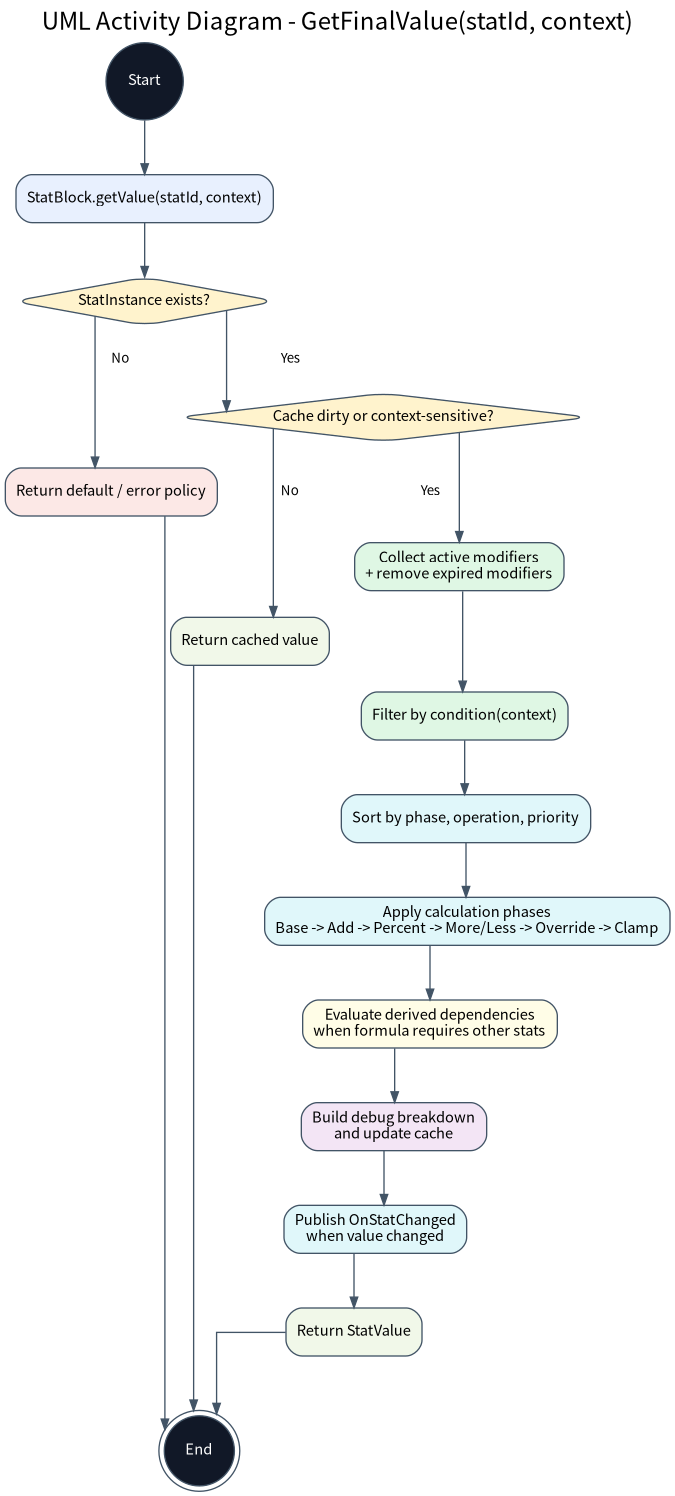
Earlier version of the Graphviz export assets/diagrams/04_calculation_activity_diagram.png (JY-LemongO/game-system-framework-knowledge-site). Its source is kept beside it as source/diagrams/04_calculation_activity_diagram.dot. The source it was exported from:
```dot
digraph ActivityDiagram {
	graph [bgcolor=white fontname="Noto Sans CJK KR" fontsize=18 label="UML Activity Diagram - GetFinalValue(statId, context)" labelloc=t nodesep=0.45 rankdir=TB ranksep=0.55 splines=ortho]
	node [color="#425466" fontname="Noto Sans CJK KR" fontsize=11 style="rounded,filled"]
	edge [arrowsize=0.8 color="#425466" fontname="Noto Sans CJK KR" fontsize=10]
	start [label=Start fillcolor="#111827" fontcolor=white shape=circle width=0.35]
	query [label="StatBlock.getValue(statId, context)" fillcolor="#E8F0FE" shape=box]
	exists [label="StatInstance exists?" fillcolor="#FFF3CD" shape=diamond]
	default [label="Return default / error policy" fillcolor="#FCE8E6" shape=box]
	dirty [label="Cache dirty or context-sensitive?" fillcolor="#FFF3CD" shape=diamond]
	cache [label="Return cached value" fillcolor="#F1F8E9" shape=box]
	collect [label="Collect active modifiers
+ remove expired modifiers" fillcolor="#DFF7E4" shape=box]
	filter [label="Filter by condition(context)" fillcolor="#DFF7E4" shape=box]
	sort [label="Sort by phase, operation, priority" fillcolor="#E0F7FA" shape=box]
	apply [label="Apply calculation phases
Base -> Add -> Percent -> More/Less -> Override -> Clamp" fillcolor="#E0F7FA" shape=box]
	derived [label="Evaluate derived dependencies
when formula requires other stats" fillcolor="#FFFDE7" shape=box]
	breakdown [label="Build debug breakdown
and update cache" fillcolor="#F3E5F5" shape=box]
	publish [label="Publish OnStatChanged
when value changed" fillcolor="#E0F7FA" shape=box]
	return [label="Return StatValue" fillcolor="#F1F8E9" shape=box]
	end [label=End fillcolor="#111827" fontcolor=white shape=doublecircle width=0.35]
	start -> query
	query -> exists
	exists -> default [label=No]
	default -> end
	exists -> dirty [label=Yes]
	dirty -> cache [label=No]
	cache -> end
	dirty -> collect [label=Yes]
	collect -> filter
	filter -> sort
	sort -> apply
	apply -> derived
	derived -> breakdown
	breakdown -> publish
	publish -> return
	return -> end
}
```
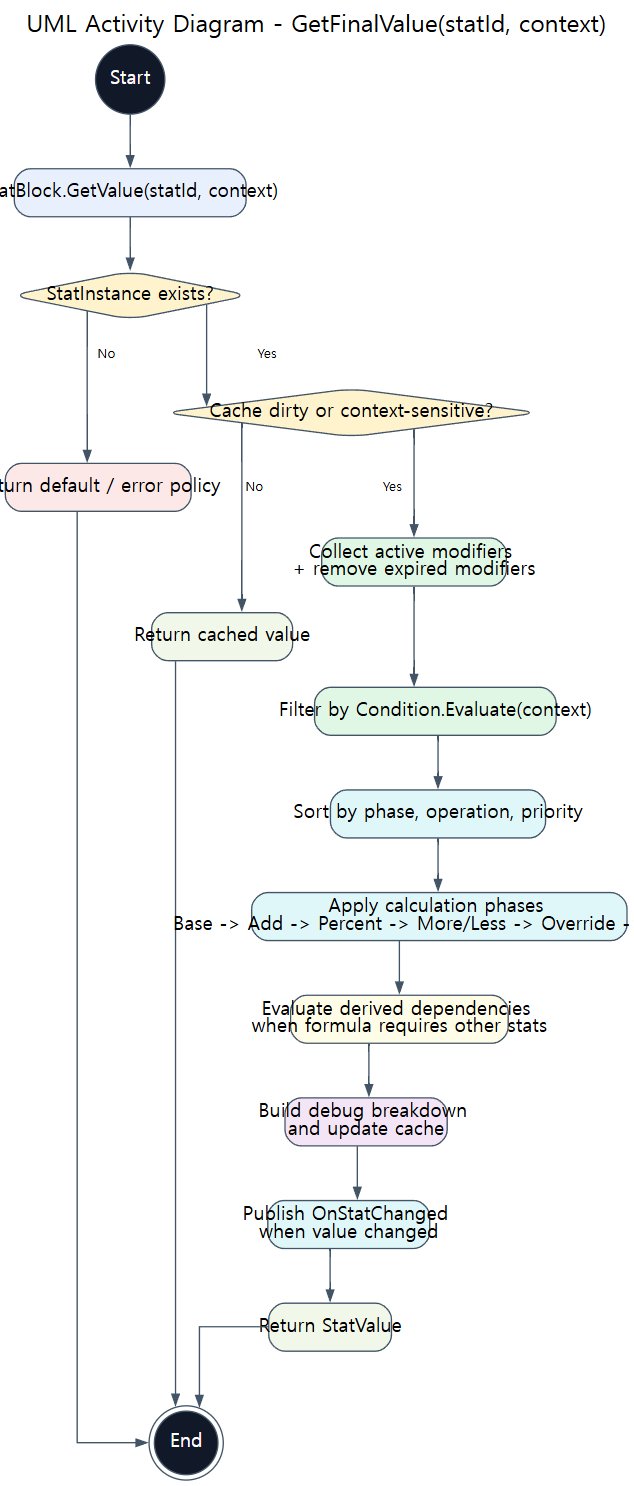
Above is the later version.

What changed in the source:
```diff
@@ -3,14 +3,14 @@
 	node [color="#425466" fontname="Noto Sans CJK KR" fontsize=11 style="rounded,filled"]
 	edge [arrowsize=0.8 color="#425466" fontname="Noto Sans CJK KR" fontsize=10]
 	start [label=Start fillcolor="#111827" fontcolor=white shape=circle width=0.35]
-	query [label="StatBlock.getValue(statId, context)" fillcolor="#E8F0FE" shape=box]
+	query [label="StatBlock.GetValue(statId, context)" fillcolor="#E8F0FE" shape=box]
 	exists [label="StatInstance exists?" fillcolor="#FFF3CD" shape=diamond]
 	default [label="Return default / error policy" fillcolor="#FCE8E6" shape=box]
 	dirty [label="Cache dirty or context-sensitive?" fillcolor="#FFF3CD" shape=diamond]
 	cache [label="Return cached value" fillcolor="#F1F8E9" shape=box]
 	collect [label="Collect active modifiers
 + remove expired modifiers" fillcolor="#DFF7E4" shape=box]
-	filter [label="Filter by condition(context)" fillcolor="#DFF7E4" shape=box]
+	filter [label="Filter by Condition.Evaluate(context)" fillcolor="#DFF7E4" shape=box]
 	sort [label="Sort by phase, operation, priority" fillcolor="#E0F7FA" shape=box]
 	apply [label="Apply calculation phases
 Base -> Add -> Percent -> More/Less -> Override -> Clamp" fillcolor="#E0F7FA" shape=box]
```
